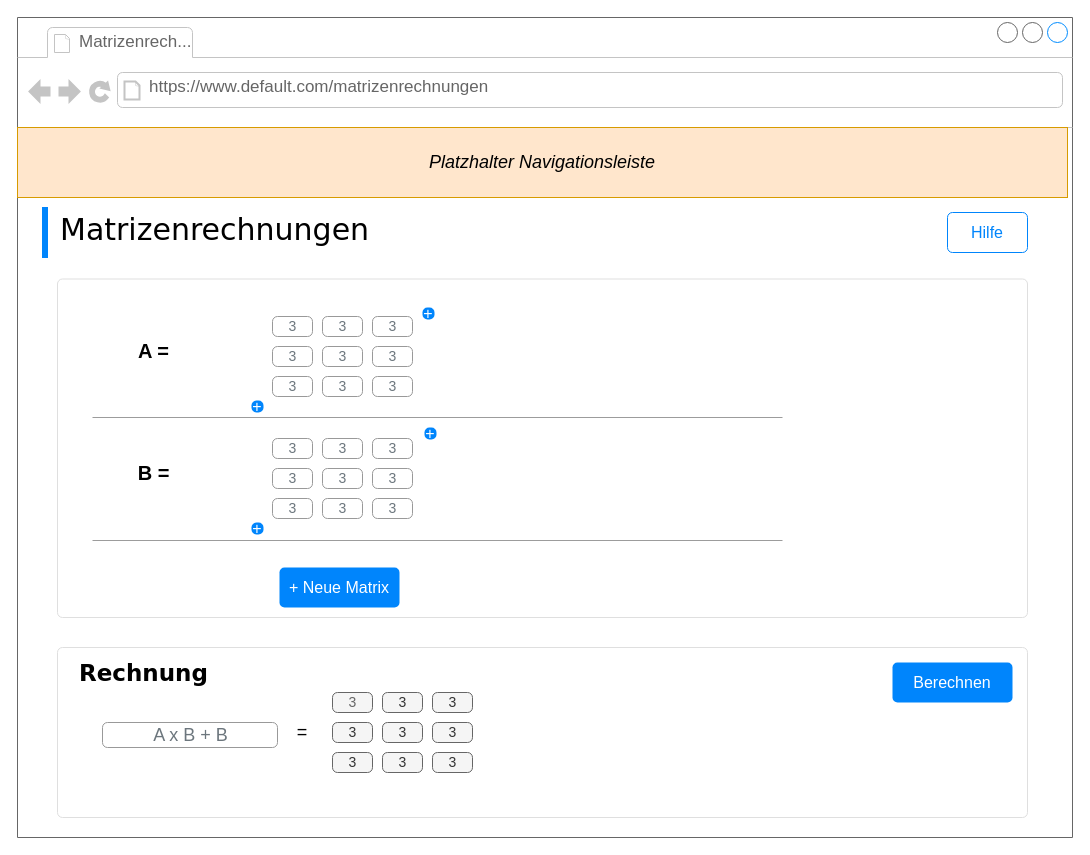
finitearth/Gaussian-Elimination-GUI keeps this draw.io diagram as mockup/mockup_matrizenberechnung.drawio. Above is the earlier version. Source tidied: cells renumbered, new cells numbered last; positions are measured from the earlier drawing's top-left corner, leaving out a move shared by most shapes. Both pictures are drawn from the tidied source at 100%, with x=0, y=0 at pixel (17, 17).
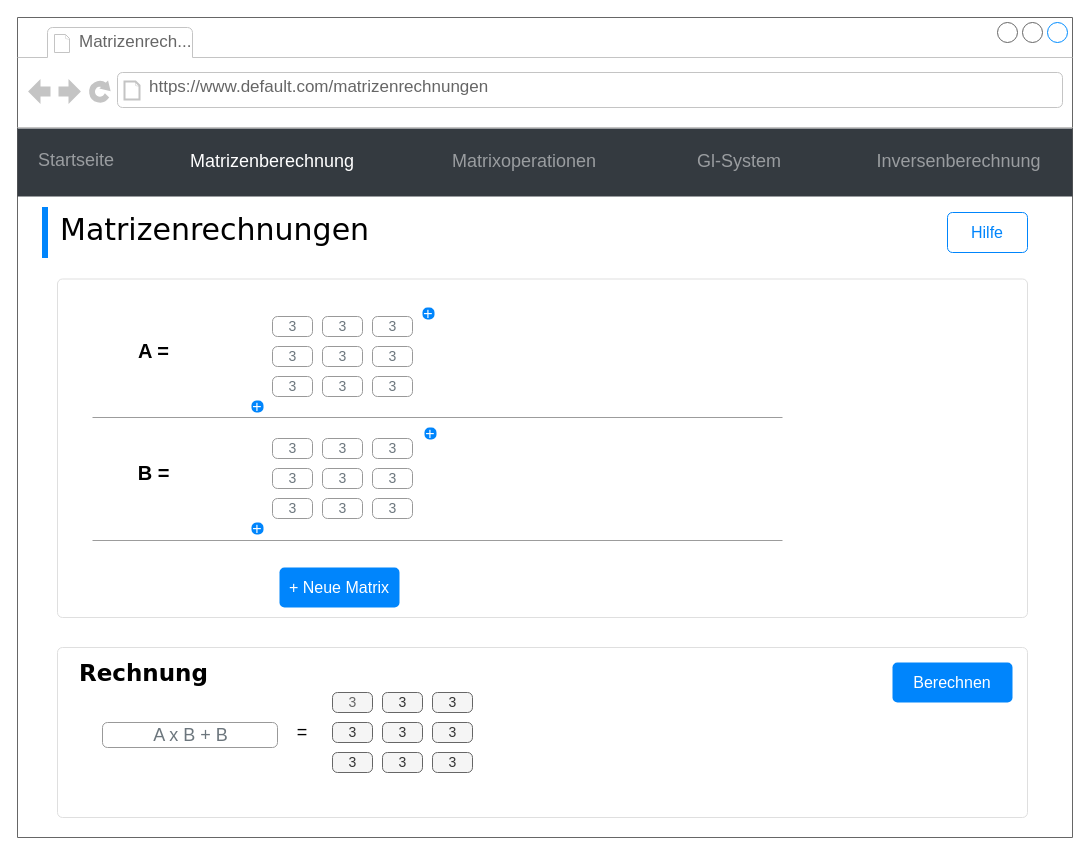
The same diagram, later.

Unchanged cells that the change refers to:
```xml
<mxCell id="2" style="strokeWidth=1;shadow=0;dashed=0;align=left;html=1;shape=mxgraph.mockup.containers.browserWindow;rSize=0;strokeColor=#666666;mainText=,;rounded=0;labelBackgroundColor=none;fontFamily=Verdana;fontSize=12;spacing=2;" parent="1" vertex="1">
  <mxGeometry width="1055" height="820" as="geometry" />
</mxCell>
```

Change to the diagram source:
```diff
@@
-    <mxCell id="9" value="&lt;font style=&quot;font-size: 18px;&quot;&gt;&lt;i&gt;Platzhalter Navigationsleiste&lt;/i&gt;&lt;/font&gt;" style="rounded=0;whiteSpace=wrap;html=1;fillColor=#ffe6cc;strokeColor=#d79b00;" parent="2" vertex="1">
-      <mxGeometry y="110" width="1050" height="70" as="geometry" />
-    </mxCell>
@@
+    <mxCell id="58" style="html=1;shadow=0;dashed=0;fillColor=#343A40;strokeColor=none;fontSize=18;fontColor=#ffffff;align=left;spacing=15;" parent="1" vertex="1">
+      <mxGeometry y="111" width="1055" height="68" as="geometry" />
+    </mxCell>
+    <mxCell id="59" value="Startseite" style="fillColor=none;strokeColor=none;fontSize=18;fontColor=#9A9DA0;align=center;" parent="58" vertex="1">
+      <mxGeometry width="70" height="40" relative="1" as="geometry">
+        <mxPoint x="24" y="10" as="offset" />
+      </mxGeometry>
+    </mxCell>
+    <mxCell id="60" value="Matrizenberechnung" style="fillColor=none;strokeColor=none;fontSize=18;fontColor=#FFFFFF;align=center;" parent="58" vertex="1">
+      <mxGeometry width="70" height="40" relative="1" as="geometry">
+        <mxPoint x="220" y="11" as="offset" />
+      </mxGeometry>
+    </mxCell>
+    <mxCell id="61" value="Matrixoperationen" style="fillColor=none;strokeColor=none;fontSize=18;fontColor=#9A9DA0;align=center;spacingRight=0;" parent="58" vertex="1">
+      <mxGeometry width="80" height="40" relative="1" as="geometry">
+        <mxPoint x="467" y="11" as="offset" />
+      </mxGeometry>
+    </mxCell>
+    <mxCell id="62" value="Gl-System" style="fillColor=none;strokeColor=none;fontSize=18;fontColor=#9A9DA0;align=center;" parent="58" vertex="1">
+      <mxGeometry width="80" height="40" relative="1" as="geometry">
+        <mxPoint x="682" y="11" as="offset" />
+      </mxGeometry>
+    </mxCell>
+    <mxCell id="63" value="Inversenberechnung" style="fillColor=none;strokeColor=none;fontSize=18;fontColor=#9A9DA0;align=center;" parent="58" vertex="1">
+      <mxGeometry x="901.3" y="11" width="80.4" height="40" as="geometry" />
+    </mxCell>
```
